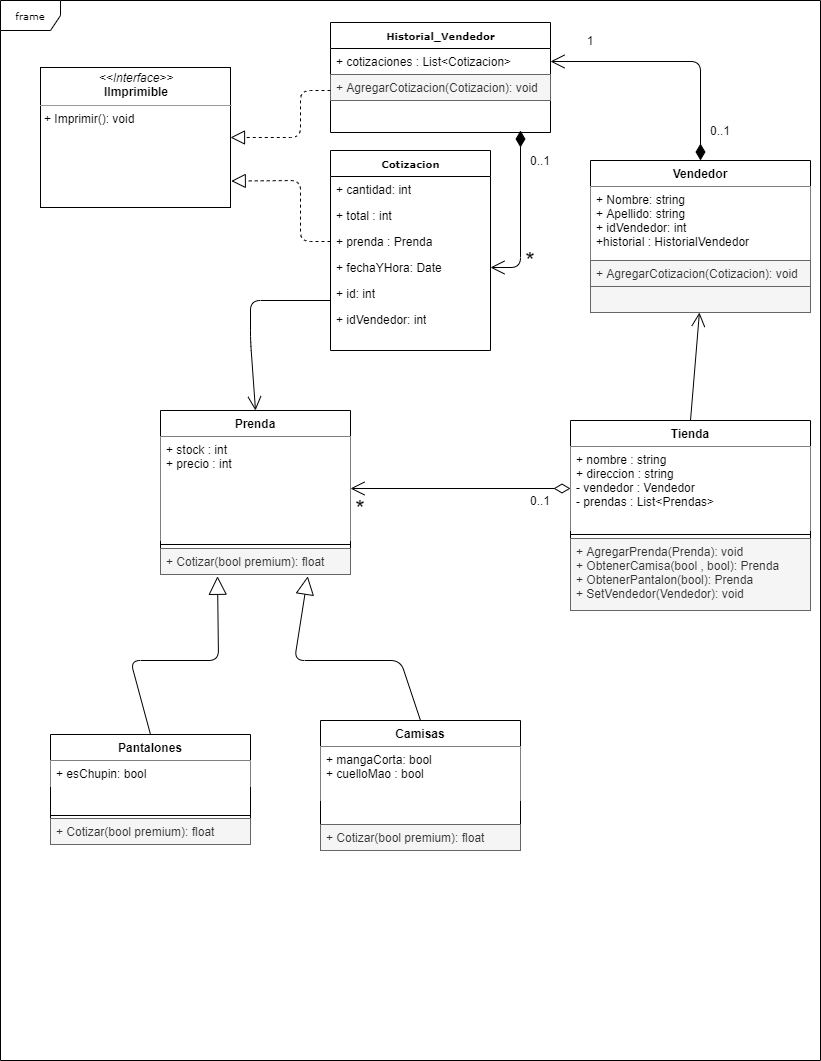
Above: Diagrama de Clase Examen.png in NicoLucentini/ExamenGc (draw.io), before the change. Source tidied: cells renumbered, new cells last; positions are measured from the earlier drawing's top-left corner, leaving out a move shared by most shapes. The source it was exported from:
```xml
<mxGraphModel background="#ffffff">
  <root>
    <mxCell id="0" />
    <mxCell id="1" parent="0" />
    <mxCell id="2" value="frame" style="shape=umlFrame;whiteSpace=wrap;html=1;rounded=0;shadow=0;comic=0;labelBackgroundColor=none;strokeWidth=1;fontFamily=Verdana;fontSize=10;align=center;" parent="1" vertex="1">
      <mxGeometry width="820" height="1060" as="geometry" />
    </mxCell>
    <mxCell id="3" value="&lt;b&gt;Historial_Vendedor&lt;/b&gt;" style="swimlane;html=1;fontStyle=0;horizontal=1;startSize=26;fillColor=none;swimlaneFillColor=#ffffff;rounded=0;shadow=0;comic=0;labelBackgroundColor=none;strokeWidth=1;fontFamily=Verdana;fontSize=10;align=center;" parent="1" vertex="1">
      <mxGeometry x="330" y="22" width="220" height="110" as="geometry" />
    </mxCell>
    <mxCell id="4" value="+ cotizaciones : List&amp;lt;Cotizacion&amp;gt;" style="text;html=1;strokeColor=none;fillColor=none;align=left;verticalAlign=top;spacingLeft=4;spacingRight=4;whiteSpace=wrap;overflow=hidden;points=[[0,0.5],[1,0.5]];portConstraint=eastwest;" parent="3" vertex="1">
      <mxGeometry y="26" width="220" height="26" as="geometry" />
    </mxCell>
    <mxCell id="5" value="+ AgregarCotizacion(Cotizacion): void" style="text;strokeColor=#666666;fillColor=#f5f5f5;align=left;verticalAlign=top;spacingLeft=4;spacingRight=4;overflow=hidden;fontColor=#333333;" parent="3" vertex="1">
      <mxGeometry y="52" width="220" height="26" as="geometry" />
    </mxCell>
    <mxCell id="6" value="&lt;b&gt;Cotizacion&lt;/b&gt;" style="swimlane;html=1;fontStyle=0;horizontal=1;startSize=26;fillColor=none;swimlaneFillColor=#ffffff;rounded=0;shadow=0;comic=0;labelBackgroundColor=none;strokeWidth=1;fontFamily=Verdana;fontSize=10;align=center;" parent="1" vertex="1">
      <mxGeometry x="330" y="150" width="160" height="200" as="geometry" />
    </mxCell>
    <mxCell id="7" value="+ cantidad: int" style="text;html=1;strokeColor=none;fillColor=none;align=left;verticalAlign=top;spacingLeft=4;spacingRight=4;whiteSpace=wrap;overflow=hidden;" parent="6" vertex="1">
      <mxGeometry y="26" width="160" height="26" as="geometry" />
    </mxCell>
    <mxCell id="8" value="+ total : int&amp;nbsp;" style="text;html=1;strokeColor=none;fillColor=none;align=left;verticalAlign=top;spacingLeft=4;spacingRight=4;whiteSpace=wrap;overflow=hidden;" parent="6" vertex="1">
      <mxGeometry y="52" width="160" height="26" as="geometry" />
    </mxCell>
    <mxCell id="9" value="+ prenda : Prenda" style="text;html=1;strokeColor=none;fillColor=none;align=left;verticalAlign=top;spacingLeft=4;spacingRight=4;whiteSpace=wrap;overflow=hidden;points=[[0,0.5],[1,0.5]];portConstraint=eastwest;" parent="6" vertex="1">
      <mxGeometry y="78" width="160" height="26" as="geometry" />
    </mxCell>
    <mxCell id="10" value="+ fechaYHora: Date" style="text;html=1;strokeColor=none;fillColor=none;align=left;verticalAlign=top;spacingLeft=4;spacingRight=4;whiteSpace=wrap;overflow=hidden;points=[[0,0.5],[1,0.5]];portConstraint=eastwest;" parent="6" vertex="1">
      <mxGeometry y="104" width="160" height="26" as="geometry" />
    </mxCell>
    <mxCell id="11" value="+ id: int" style="text;html=1;strokeColor=none;fillColor=none;align=left;verticalAlign=top;spacingLeft=4;spacingRight=4;whiteSpace=wrap;overflow=hidden;" parent="6" vertex="1">
      <mxGeometry y="130" width="160" height="26" as="geometry" />
    </mxCell>
    <mxCell id="12" value="+ idVendedor: int" style="text;html=1;strokeColor=none;fillColor=none;align=left;verticalAlign=top;spacingLeft=4;spacingRight=4;whiteSpace=wrap;overflow=hidden;" parent="6" vertex="1">
      <mxGeometry y="156" width="160" height="26" as="geometry" />
    </mxCell>
    <mxCell id="13" value="&lt;p style=&quot;margin: 0px ; margin-top: 4px ; text-align: center&quot;&gt;&lt;i&gt;&amp;lt;&amp;lt;Interface&amp;gt;&amp;gt;&lt;/i&gt;&lt;br&gt;&lt;b&gt;IImprimible&lt;/b&gt;&lt;/p&gt;&lt;hr size=&quot;1&quot;&gt;&lt;p style=&quot;margin: 0px ; margin-left: 4px&quot;&gt;&lt;/p&gt;&lt;p style=&quot;margin: 0px ; margin-left: 4px&quot;&gt;+ Imprimir(): void&lt;/p&gt;" style="verticalAlign=top;align=left;overflow=fill;fontSize=12;fontFamily=Helvetica;html=1;rounded=0;shadow=0;comic=0;labelBackgroundColor=none;strokeWidth=1;" parent="1" vertex="1">
      <mxGeometry x="40" y="67" width="190" height="140" as="geometry" />
    </mxCell>
    <mxCell id="14" style="endArrow=block;dashed=1;endFill=0;endSize=12;html=1;entryX=1;entryY=0.5;entryDx=0;entryDy=0;" parent="1" edge="1" target="13">
      <mxGeometry relative="1" as="geometry">
        <mxPoint x="330" y="90" as="sourcePoint" />
        <Array as="points">
          <mxPoint x="300" y="90" />
          <mxPoint x="300" y="137" />
        </Array>
      </mxGeometry>
    </mxCell>
    <mxCell id="15" style="endArrow=block;dashed=1;endFill=0;endSize=12;html=1;exitX=0;exitY=0.5;exitDx=0;exitDy=0;entryX=1.004;entryY=0.811;entryDx=0;entryDy=0;entryPerimeter=0;" parent="1" edge="1" source="9" target="13">
      <mxGeometry relative="1" as="geometry">
        <Array as="points">
          <mxPoint x="300" y="241" />
          <mxPoint x="300" y="180" />
        </Array>
      </mxGeometry>
    </mxCell>
    <mxCell id="16" value="Tienda&#10;" style="swimlane;fontStyle=1;align=center;verticalAlign=top;horizontal=1;startSize=26;" parent="1" vertex="1">
      <mxGeometry x="570" y="420" width="240" height="190" as="geometry" />
    </mxCell>
    <mxCell id="17" value="+ nombre : string&#10;+ direccion : string&#10;- vendedor : Vendedor&#10;- prendas : List&lt;Prendas&gt;" style="text;align=left;verticalAlign=top;spacingLeft=4;spacingRight=4;overflow=hidden;points=[[0,0.5],[1,0.5]];portConstraint=eastwest;fillColor=#ffffff;" parent="16" vertex="1">
      <mxGeometry y="26" width="240" height="84" as="geometry" />
    </mxCell>
    <mxCell id="18" style="line;strokeWidth=1;fillColor=none;align=left;verticalAlign=middle;spacingTop=-1;spacingLeft=3;spacingRight=3;labelPosition=right;" parent="16" vertex="1">
      <mxGeometry y="110" width="240" height="8" as="geometry" />
    </mxCell>
    <mxCell id="19" value="+ AgregarPrenda(Prenda): void&#10;+ ObtenerCamisa(bool , bool): Prenda&#10;+ ObtenerPantalon(bool): Prenda&#10;+ SetVendedor(Vendedor): void" style="text;strokeColor=#666666;fillColor=#f5f5f5;align=left;verticalAlign=top;spacingLeft=4;spacingRight=4;overflow=hidden;fontColor=#333333;" parent="16" vertex="1">
      <mxGeometry y="118" width="240" height="72" as="geometry" />
    </mxCell>
    <mxCell id="20" value="Pantalones" style="swimlane;fontStyle=1;align=center;verticalAlign=top;horizontal=1;startSize=26;" parent="1" vertex="1">
      <mxGeometry x="50" y="734" width="200" height="110" as="geometry" />
    </mxCell>
    <mxCell id="21" value="+ esChupin: bool" style="text;align=left;verticalAlign=top;spacingLeft=4;spacingRight=4;overflow=hidden;fillColor=#ffffff;" parent="20" vertex="1">
      <mxGeometry y="26" width="200" height="26" as="geometry" />
    </mxCell>
    <mxCell id="22" style="line;strokeWidth=1;fillColor=none;align=left;verticalAlign=middle;spacingTop=-1;spacingLeft=3;spacingRight=3;labelPosition=right;" parent="20" vertex="1">
      <mxGeometry y="52" width="200" height="58" as="geometry" />
    </mxCell>
    <mxCell id="23" value="Prenda" style="swimlane;fontStyle=1;align=center;verticalAlign=top;horizontal=1;startSize=26;" parent="1" vertex="1">
      <mxGeometry x="160" y="410" width="190" height="164" as="geometry" />
    </mxCell>
    <mxCell id="24" value="+ stock : int&#10;+ precio : int&#10;" style="text;align=left;verticalAlign=top;spacingLeft=4;spacingRight=4;overflow=hidden;points=[[0,0.5],[1,0.5]];portConstraint=eastwest;fillColor=#ffffff;" parent="23" vertex="1">
      <mxGeometry y="26" width="190" height="104" as="geometry" />
    </mxCell>
    <mxCell id="25" style="line;strokeWidth=1;fillColor=none;align=left;verticalAlign=middle;spacingTop=-1;spacingLeft=3;spacingRight=3;labelPosition=right;" parent="23" vertex="1">
      <mxGeometry y="130" width="190" height="8" as="geometry" />
    </mxCell>
    <mxCell id="26" value="+ Cotizar(bool premium): float" style="text;strokeColor=#666666;fillColor=#f5f5f5;align=left;verticalAlign=top;spacingLeft=4;spacingRight=4;overflow=hidden;points=[[0,0.5],[1,0.5]];portConstraint=eastwest;fontColor=#333333;" parent="23" vertex="1">
      <mxGeometry y="138" width="190" height="26" as="geometry" />
    </mxCell>
    <mxCell id="27" value="Camisas" style="swimlane;fontStyle=1;align=center;verticalAlign=top;horizontal=1;startSize=26;" parent="1" vertex="1">
      <mxGeometry x="320" y="720" width="200" height="130" as="geometry" />
    </mxCell>
    <mxCell id="28" value="+ mangaCorta: bool&#10;+ cuelloMao : bool" style="text;align=left;verticalAlign=top;spacingLeft=4;spacingRight=4;overflow=hidden;fillColor=#ffffff;" parent="27" vertex="1">
      <mxGeometry y="26" width="200" height="54" as="geometry" />
    </mxCell>
    <mxCell id="29" style="line;strokeWidth=1;fillColor=none;align=left;verticalAlign=middle;spacingTop=-1;spacingLeft=3;spacingRight=3;labelPosition=right;" parent="27" vertex="1">
      <mxGeometry y="80" width="200" height="50" as="geometry" />
    </mxCell>
    <mxCell id="30" style="endArrow=block;endSize=16;endFill=0;html=1;exitX=0.5;exitY=0;exitDx=0;exitDy=0;entryX=0.775;entryY=1.069;entryDx=0;entryDy=0;entryPerimeter=0;" parent="1" edge="1" source="27" target="26">
      <mxGeometry relative="1" as="geometry">
        <Array as="points">
          <mxPoint x="400" y="660" />
          <mxPoint x="294" y="660" />
        </Array>
      </mxGeometry>
    </mxCell>
    <mxCell id="31" style="endArrow=block;endSize=16;endFill=0;html=1;exitX=0.5;exitY=0;exitDx=0;exitDy=0;entryX=0.3;entryY=1.069;entryDx=0;entryDy=0;entryPerimeter=0;" parent="1" edge="1" source="20" target="26">
      <mxGeometry relative="1" as="geometry">
        <Array as="points">
          <mxPoint x="130" y="660" />
          <mxPoint x="218" y="660" />
        </Array>
      </mxGeometry>
    </mxCell>
    <mxCell id="32" value="Vendedor" style="swimlane;fontStyle=1;align=center;verticalAlign=top;horizontal=1;startSize=26;" parent="1" vertex="1">
      <mxGeometry x="590" y="160" width="220" height="152" as="geometry" />
    </mxCell>
    <mxCell id="33" value="+ Nombre: string&#10;+ Apellido: string&#10;+ idVendedor: int&#10;+historial : HistorialVendedor" style="text;align=left;verticalAlign=top;spacingLeft=4;spacingRight=4;overflow=hidden;fillColor=#ffffff;" parent="32" vertex="1">
      <mxGeometry y="26" width="220" height="74" as="geometry" />
    </mxCell>
    <mxCell id="34" value="+ AgregarCotizacion(Cotizacion): void" style="text;strokeColor=#666666;fillColor=#f5f5f5;align=left;verticalAlign=top;spacingLeft=4;spacingRight=4;overflow=hidden;fontColor=#333333;" parent="32" vertex="1">
      <mxGeometry y="100" width="220" height="26" as="geometry" />
    </mxCell>
    <mxCell id="35" style="text;strokeColor=#666666;fillColor=#f5f5f5;align=left;verticalAlign=top;spacingLeft=4;spacingRight=4;overflow=hidden;points=[[0,0.5],[1,0.5]];portConstraint=eastwest;fontColor=#333333;" parent="32" vertex="1">
      <mxGeometry y="126" width="220" height="26" as="geometry" />
    </mxCell>
    <mxCell id="36" style="endArrow=open;html=1;endSize=12;startArrow=diamondThin;startSize=14;startFill=0;edgeStyle=orthogonalEdgeStyle;align=left;verticalAlign=bottom;entryX=1;entryY=0.5;entryDx=0;entryDy=0;exitX=0;exitY=0.5;exitDx=0;exitDy=0;" parent="1" edge="1" source="17" target="24">
      <mxGeometry x="-1" y="-14" relative="1" as="geometry" />
    </mxCell>
    <mxCell id="37" value="0..1" style="text;html=1;strokeColor=none;fillColor=none;align=center;verticalAlign=middle;whiteSpace=wrap;rounded=0;" parent="1" vertex="1">
      <mxGeometry x="520" y="490" width="40" height="20" as="geometry" />
    </mxCell>
    <mxCell id="38" value="&lt;font style=&quot;font-size: 24px&quot;&gt;*&lt;/font&gt;" style="text;html=1;strokeColor=none;fillColor=none;align=center;verticalAlign=middle;whiteSpace=wrap;rounded=0;" parent="1" vertex="1">
      <mxGeometry x="340" y="498" width="40" height="20" as="geometry" />
    </mxCell>
    <mxCell id="39" style="endArrow=open;endFill=1;endSize=12;html=1;exitX=0;exitY=0.75;exitDx=0;exitDy=0;entryX=0.5;entryY=0;entryDx=0;entryDy=0;" parent="1" edge="1" source="6" target="23">
      <mxGeometry relative="1" as="geometry">
        <Array as="points">
          <mxPoint x="250" y="300" />
          <mxPoint x="250" y="340" />
        </Array>
      </mxGeometry>
    </mxCell>
    <mxCell id="40" style="endArrow=open;endFill=1;endSize=12;html=1;exitX=0.5;exitY=0;exitDx=0;exitDy=0;" parent="1" edge="1" source="16" target="35">
      <mxGeometry relative="1" as="geometry" />
    </mxCell>
    <mxCell id="41" value="0..1" style="text;html=1;strokeColor=none;fillColor=none;align=center;verticalAlign=middle;whiteSpace=wrap;rounded=0;" parent="1" vertex="1">
      <mxGeometry x="520" y="150" width="40" height="20" as="geometry" />
    </mxCell>
    <mxCell id="42" value="&lt;font style=&quot;font-size: 24px&quot;&gt;*&lt;/font&gt;" style="text;html=1;strokeColor=none;fillColor=none;align=center;verticalAlign=middle;whiteSpace=wrap;rounded=0;" parent="1" vertex="1">
      <mxGeometry x="510" y="250" width="40" height="20" as="geometry" />
    </mxCell>
    <mxCell id="43" value="0..1" style="text;html=1;strokeColor=none;fillColor=none;align=center;verticalAlign=middle;whiteSpace=wrap;rounded=0;" parent="1" vertex="1">
      <mxGeometry x="700" y="120" width="40" height="20" as="geometry" />
    </mxCell>
    <mxCell id="44" value="1" style="text;html=1;strokeColor=none;fillColor=none;align=center;verticalAlign=middle;whiteSpace=wrap;rounded=0;" parent="1" vertex="1">
      <mxGeometry x="570" y="30" width="40" height="20" as="geometry" />
    </mxCell>
    <mxCell id="45" style="endArrow=open;html=1;endSize=12;startArrow=diamondThin;startSize=14;startFill=1;edgeStyle=orthogonalEdgeStyle;align=left;verticalAlign=bottom;exitX=0.5;exitY=0;exitDx=0;exitDy=0;" parent="1" edge="1" source="32" target="4">
      <mxGeometry x="-1" y="3" relative="1" as="geometry">
        <Array as="points">
          <mxPoint x="700" y="61" />
        </Array>
      </mxGeometry>
    </mxCell>
    <mxCell id="46" style="endArrow=open;html=1;endSize=12;startArrow=diamondThin;startSize=14;startFill=1;edgeStyle=orthogonalEdgeStyle;align=left;verticalAlign=bottom;" parent="1" edge="1" target="10">
      <mxGeometry x="-1" y="3" relative="1" as="geometry">
        <mxPoint x="520" y="130" as="sourcePoint" />
        <Array as="points">
          <mxPoint x="520" y="267" />
        </Array>
      </mxGeometry>
    </mxCell>
    <mxCell id="47" value="+ Cotizar(bool premium): float" style="text;strokeColor=#666666;fillColor=#f5f5f5;align=left;verticalAlign=top;spacingLeft=4;spacingRight=4;overflow=hidden;fontColor=#333333;" parent="1" vertex="1">
      <mxGeometry x="50" y="818" width="200" height="26" as="geometry" />
    </mxCell>
    <mxCell id="48" value="+ Cotizar(bool premium): float" style="text;strokeColor=#666666;fillColor=#f5f5f5;align=left;verticalAlign=top;spacingLeft=4;spacingRight=4;overflow=hidden;fontColor=#333333;" parent="1" vertex="1">
      <mxGeometry x="320" y="824" width="200" height="26" as="geometry" />
    </mxCell>
  </root>
</mxGraphModel>
```
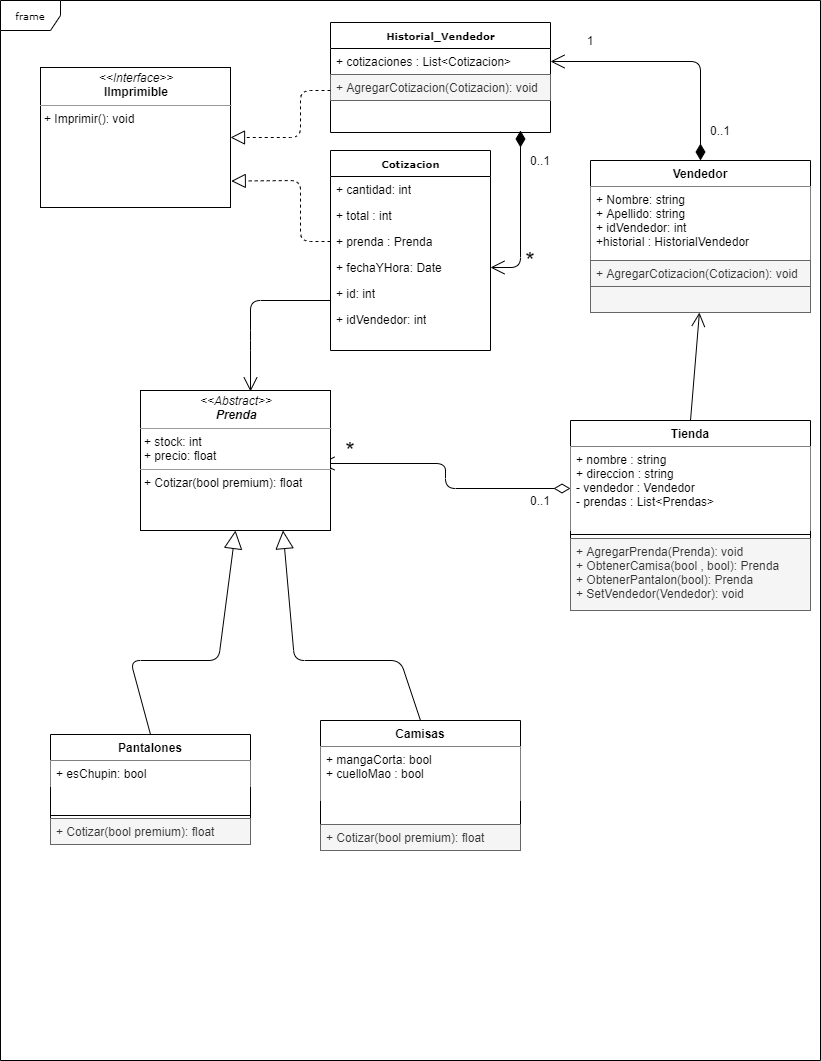
After the change.

Change to the diagram source:
```diff
@@ -76,18 +76,6 @@
     <mxCell id="22" style="line;strokeWidth=1;fillColor=none;align=left;verticalAlign=middle;spacingTop=-1;spacingLeft=3;spacingRight=3;labelPosition=right;" parent="20" vertex="1">
       <mxGeometry y="52" width="200" height="58" as="geometry" />
     </mxCell>
-    <mxCell id="23" value="Prenda" style="swimlane;fontStyle=1;align=center;verticalAlign=top;horizontal=1;startSize=26;" parent="1" vertex="1">
-      <mxGeometry x="160" y="410" width="190" height="164" as="geometry" />
-    </mxCell>
-    <mxCell id="24" value="+ stock : int&#10;+ precio : int&#10;" style="text;align=left;verticalAlign=top;spacingLeft=4;spacingRight=4;overflow=hidden;points=[[0,0.5],[1,0.5]];portConstraint=eastwest;fillColor=#ffffff;" parent="23" vertex="1">
-      <mxGeometry y="26" width="190" height="104" as="geometry" />
-    </mxCell>
-    <mxCell id="25" style="line;strokeWidth=1;fillColor=none;align=left;verticalAlign=middle;spacingTop=-1;spacingLeft=3;spacingRight=3;labelPosition=right;" parent="23" vertex="1">
-      <mxGeometry y="130" width="190" height="8" as="geometry" />
-    </mxCell>
-    <mxCell id="26" value="+ Cotizar(bool premium): float" style="text;strokeColor=#666666;fillColor=#f5f5f5;align=left;verticalAlign=top;spacingLeft=4;spacingRight=4;overflow=hidden;points=[[0,0.5],[1,0.5]];portConstraint=eastwest;fontColor=#333333;" parent="23" vertex="1">
-      <mxGeometry y="138" width="190" height="26" as="geometry" />
-    </mxCell>
     <mxCell id="27" value="Camisas" style="swimlane;fontStyle=1;align=center;verticalAlign=top;horizontal=1;startSize=26;" parent="1" vertex="1">
       <mxGeometry x="320" y="720" width="200" height="130" as="geometry" />
     </mxCell>
@@ -97,7 +85,7 @@
     <mxCell id="29" style="line;strokeWidth=1;fillColor=none;align=left;verticalAlign=middle;spacingTop=-1;spacingLeft=3;spacingRight=3;labelPosition=right;" parent="27" vertex="1">
       <mxGeometry y="80" width="200" height="50" as="geometry" />
     </mxCell>
-    <mxCell id="30" style="endArrow=block;endSize=16;endFill=0;html=1;exitX=0.5;exitY=0;exitDx=0;exitDy=0;entryX=0.775;entryY=1.069;entryDx=0;entryDy=0;entryPerimeter=0;" parent="1" edge="1" source="27" target="26">
+    <mxCell id="30" style="endArrow=block;endSize=16;endFill=0;html=1;exitX=0.5;exitY=0;exitDx=0;exitDy=0;entryX=0.75;entryY=1;entryDx=0;entryDy=0;" parent="1" edge="1" source="27" target="49">
       <mxGeometry relative="1" as="geometry">
         <Array as="points">
           <mxPoint x="400" y="660" />
@@ -105,7 +93,7 @@
         </Array>
       </mxGeometry>
     </mxCell>
-    <mxCell id="31" style="endArrow=block;endSize=16;endFill=0;html=1;exitX=0.5;exitY=0;exitDx=0;exitDy=0;entryX=0.3;entryY=1.069;entryDx=0;entryDy=0;entryPerimeter=0;" parent="1" edge="1" source="20" target="26">
+    <mxCell id="31" style="endArrow=block;endSize=16;endFill=0;html=1;exitX=0.5;exitY=0;exitDx=0;exitDy=0;entryX=0.5;entryY=1;entryDx=0;entryDy=0;" parent="1" edge="1" source="20" target="49">
       <mxGeometry relative="1" as="geometry">
         <Array as="points">
           <mxPoint x="130" y="660" />
@@ -125,16 +113,18 @@
     <mxCell id="35" style="text;strokeColor=#666666;fillColor=#f5f5f5;align=left;verticalAlign=top;spacingLeft=4;spacingRight=4;overflow=hidden;points=[[0,0.5],[1,0.5]];portConstraint=eastwest;fontColor=#333333;" parent="32" vertex="1">
       <mxGeometry y="126" width="220" height="26" as="geometry" />
     </mxCell>
-    <mxCell id="36" style="endArrow=open;html=1;endSize=12;startArrow=diamondThin;startSize=14;startFill=0;edgeStyle=orthogonalEdgeStyle;align=left;verticalAlign=bottom;entryX=1;entryY=0.5;entryDx=0;entryDy=0;exitX=0;exitY=0.5;exitDx=0;exitDy=0;" parent="1" edge="1" source="17" target="24">
-      <mxGeometry x="-1" y="-14" relative="1" as="geometry" />
+    <mxCell id="36" style="endArrow=open;html=1;endSize=12;startArrow=diamondThin;startSize=14;startFill=0;edgeStyle=orthogonalEdgeStyle;align=left;verticalAlign=bottom;entryX=1;entryY=0.5;entryDx=0;entryDy=0;exitX=0;exitY=0.5;exitDx=0;exitDy=0;" parent="1" edge="1" source="17">
+      <mxGeometry x="-1" y="-14" relative="1" as="geometry">
+        <mxPoint x="320" y="463" as="targetPoint" />
+      </mxGeometry>
     </mxCell>
     <mxCell id="37" value="0..1" style="text;html=1;strokeColor=none;fillColor=none;align=center;verticalAlign=middle;whiteSpace=wrap;rounded=0;" parent="1" vertex="1">
       <mxGeometry x="520" y="490" width="40" height="20" as="geometry" />
     </mxCell>
     <mxCell id="38" value="&lt;font style=&quot;font-size: 24px&quot;&gt;*&lt;/font&gt;" style="text;html=1;strokeColor=none;fillColor=none;align=center;verticalAlign=middle;whiteSpace=wrap;rounded=0;" parent="1" vertex="1">
-      <mxGeometry x="340" y="498" width="40" height="20" as="geometry" />
+      <mxGeometry x="330" y="440" width="40" height="20" as="geometry" />
     </mxCell>
-    <mxCell id="39" style="endArrow=open;endFill=1;endSize=12;html=1;exitX=0;exitY=0.75;exitDx=0;exitDy=0;entryX=0.5;entryY=0;entryDx=0;entryDy=0;" parent="1" edge="1" source="6" target="23">
+    <mxCell id="39" style="endArrow=open;endFill=1;endSize=12;html=1;exitX=0;exitY=0.75;exitDx=0;exitDy=0;entryX=0.579;entryY=0.007;entryDx=0;entryDy=0;entryPerimeter=0;" parent="1" edge="1" source="6" target="49">
       <mxGeometry relative="1" as="geometry">
         <Array as="points">
           <mxPoint x="250" y="300" />
@@ -178,5 +168,8 @@
     <mxCell id="48" value="+ Cotizar(bool premium): float" style="text;strokeColor=#666666;fillColor=#f5f5f5;align=left;verticalAlign=top;spacingLeft=4;spacingRight=4;overflow=hidden;fontColor=#333333;" parent="1" vertex="1">
       <mxGeometry x="320" y="824" width="200" height="26" as="geometry" />
     </mxCell>
+    <mxCell id="49" value="&lt;p style=&quot;margin: 0px ; margin-top: 4px ; text-align: center&quot;&gt;&lt;i&gt;&amp;lt;&amp;lt;Abstract&amp;gt;&amp;gt;&lt;/i&gt;&lt;br&gt;&lt;b&gt;&lt;i&gt;Prenda&lt;/i&gt;&lt;/b&gt;&lt;/p&gt;&lt;hr size=&quot;1&quot;&gt;&lt;p style=&quot;margin: 0px ; margin-left: 4px&quot;&gt;+ stock: int&lt;br&gt;+ precio: float&lt;/p&gt;&lt;hr size=&quot;1&quot;&gt;&lt;p style=&quot;margin: 0px ; margin-left: 4px&quot;&gt;+ Cotizar(bool premium): float&lt;/p&gt;" style="verticalAlign=top;align=left;overflow=fill;fontSize=12;fontFamily=Helvetica;html=1;" parent="1" vertex="1">
+      <mxGeometry x="140" y="390" width="190" height="140" as="geometry" />
+    </mxCell>
   </root>
 </mxGraphModel>
```
